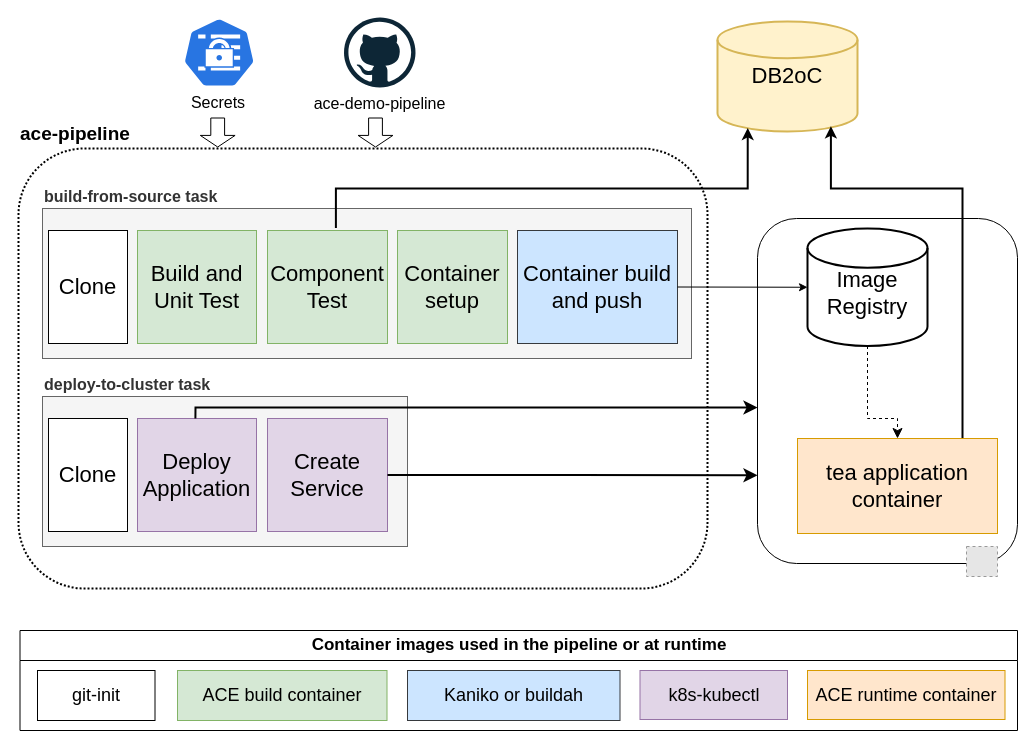
ot4i/ace-demo-pipeline keeps this draw.io diagram as demo-infrastructure/images/tekton-pipeline.drawio. Above is the earlier version. Source tidied: cells renumbered, new cells numbered last; positions are measured from the earlier drawing's top-left corner, leaving out a move shared by most shapes. Both pictures are drawn from the tidied source at 100%, with x=0, y=0 at pixel (18, 17). Pictures stored in the file or linked from it are replaced by grey dashed boxes.
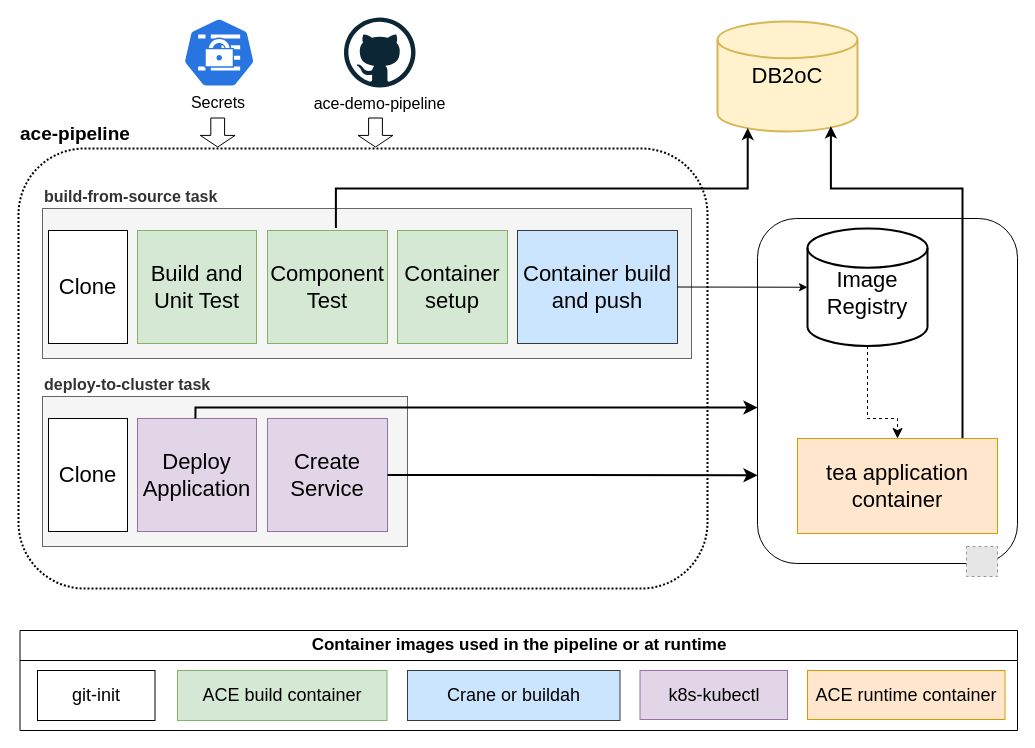
The same page after the edit.

Unchanged cells that the change refers to:
```xml
<mxCell id="23" value="Container images used in the pipeline or at runtime" style="swimlane;whiteSpace=wrap;html=1;startSize=30;fontSize=17;" parent="1" vertex="1">
  <mxGeometry x="1.5" y="613" width="997.5" height="100" as="geometry" />
</mxCell>
```

What changed in the source:
```diff
@@
-    <mxCell id="26" value="Kaniko or buildah" style="rounded=0;whiteSpace=wrap;html=1;fontSize=18;fillColor=#cce5ff;strokeColor=#36393d;" parent="23" vertex="1">
+    <mxCell id="26" value="Crane or buildah" style="rounded=0;whiteSpace=wrap;html=1;fontSize=18;fillColor=#cce5ff;strokeColor=#36393d;" parent="23" vertex="1">
       <mxGeometry x="387.5" y="40" width="212.5" height="50" as="geometry" />
     </mxCell>
```
